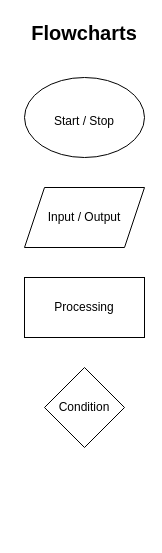
Before: Flow of diagram/FlowOfDiagram.drawio in johnroque/DSA-Practice, a draw.io diagram. Source tidied: cells renumbered, new cells numbered last; positions are measured from the earlier drawing's top-left corner, leaving out a move shared by most shapes. Both pictures are drawn from the tidied source at 100%, with x=0, y=0 at pixel (24, 17).
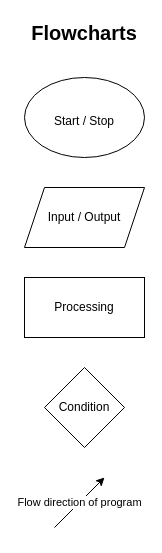
The same diagram, later.

Commit message (it also covers changes not shown here):
Update basic flow diagram

Diff of the diagram source:
```diff
@@
 <mxGraphModel>
   <root>
     <mxCell id="0" />
     <mxCell id="1" parent="0" />
     <mxCell id="2" value="&lt;font size=&quot;1&quot; style=&quot;&quot;&gt;&lt;b style=&quot;font-size: 20px;&quot;&gt;Flowcharts&lt;/b&gt;&lt;/font&gt;" style="text;html=1;strokeColor=none;fillColor=none;align=center;verticalAlign=middle;whiteSpace=wrap;rounded=0;" parent="1" vertex="1">
       <mxGeometry x="30" width="60" height="30" as="geometry" />
     </mxCell>
     <mxCell id="3" value="&lt;font style=&quot;font-size: 12px;&quot;&gt;Start / Stop&lt;br&gt;&lt;/font&gt;" style="ellipse;whiteSpace=wrap;html=1;fontSize=20;" parent="1" vertex="1">
       <mxGeometry y="60" width="120" height="80" as="geometry" />
     </mxCell>
     <mxCell id="4" value="Input / Output" style="shape=parallelogram;perimeter=parallelogramPerimeter;whiteSpace=wrap;html=1;fixedSize=1;fontSize=12;" parent="1" vertex="1">
       <mxGeometry y="170" width="120" height="60" as="geometry" />
     </mxCell>
     <mxCell id="5" value="Processing" style="rounded=0;whiteSpace=wrap;html=1;fontSize=12;" parent="1" vertex="1">
       <mxGeometry y="260" width="120" height="60" as="geometry" />
     </mxCell>
     <mxCell id="6" value="Condition" style="rhombus;whiteSpace=wrap;html=1;fontSize=12;" parent="1" vertex="1">
       <mxGeometry x="20" y="350" width="80" height="80" as="geometry" />
     </mxCell>
+    <mxCell id="7" value="Flow direction of program" style="endArrow=classic;html=1;rounded=0;" parent="1" edge="1">
+      <mxGeometry relative="1" as="geometry">
+        <mxPoint x="30" y="510" as="sourcePoint" />
+        <mxPoint x="80" y="460" as="targetPoint" />
+      </mxGeometry>
+    </mxCell>
   </root>
 </mxGraphModel>
```
